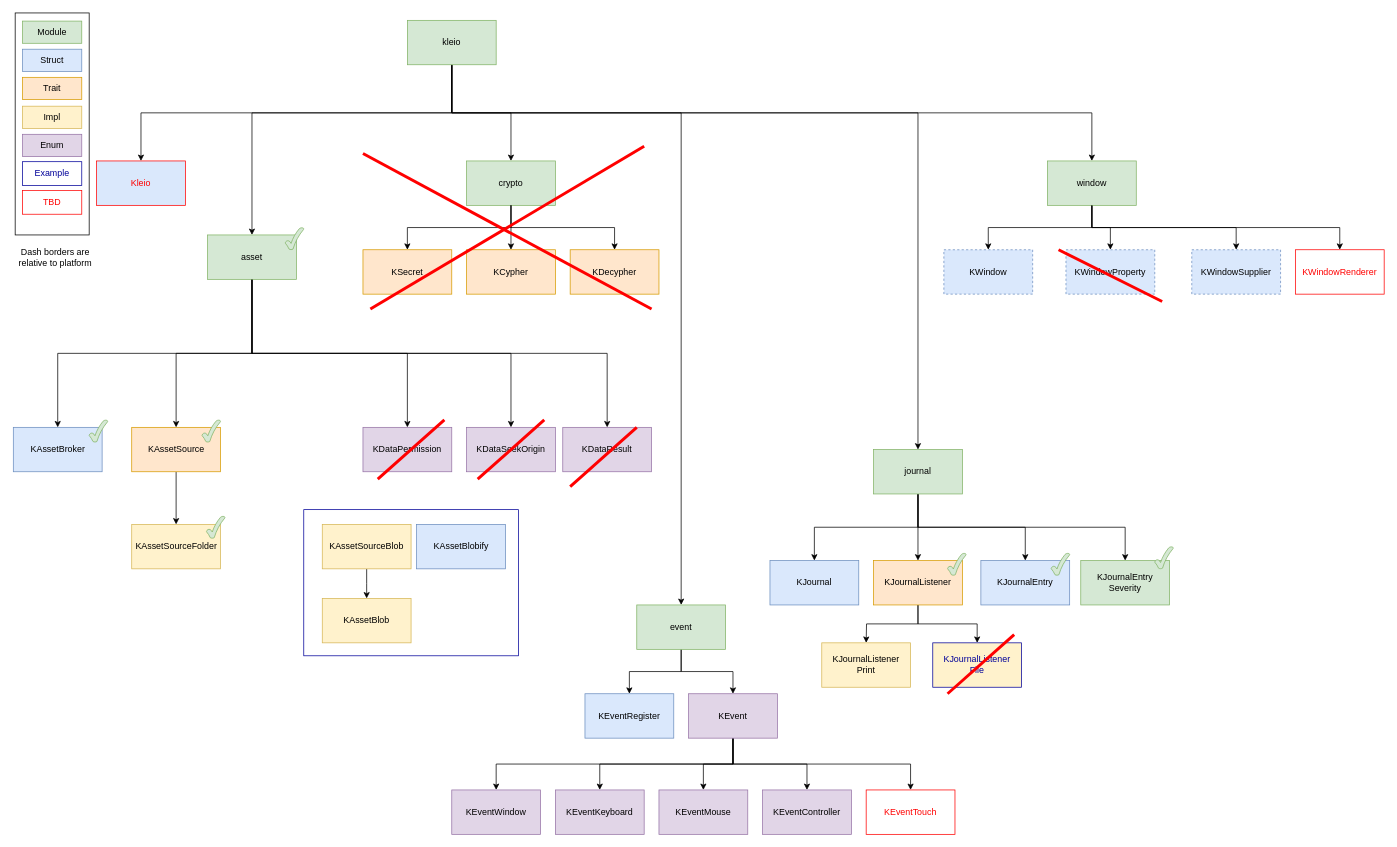
Before: diagram/kleio.drawio in NickelAngeStudio/kleio, a draw.io diagram. Source tidied: cells renumbered, new cells numbered last; positions are measured from the earlier drawing's top-left corner, leaving out a move shared by most shapes. Both pictures are drawn from the tidied source at 74%, with x=0, y=0 at pixel (13, 13).
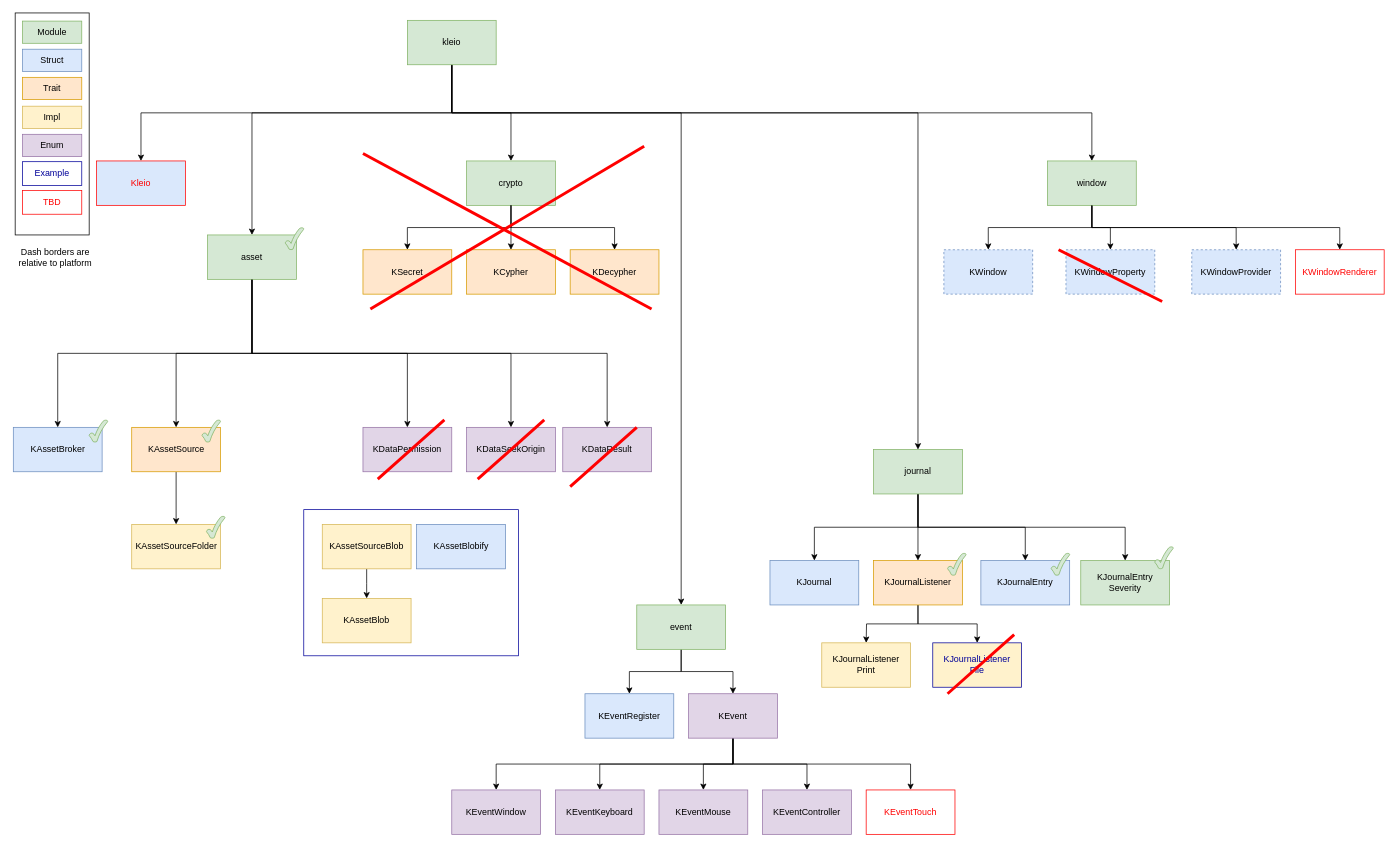
The same page after the edit.

Change to the diagram source:
```diff
@@
-    <mxCell id="32" value="KWindowSupplier" style="rounded=0;whiteSpace=wrap;html=1;fillColor=#dae8fc;strokeColor=#6c8ebf;dashed=1;" parent="1" vertex="1">
+    <mxCell id="32" value="KWindowProvider" style="rounded=0;whiteSpace=wrap;html=1;fillColor=#dae8fc;strokeColor=#6c8ebf;dashed=1;" parent="1" vertex="1">
       <mxGeometry x="1592" y="320" width="120" height="60" as="geometry" />
     </mxCell>
```
